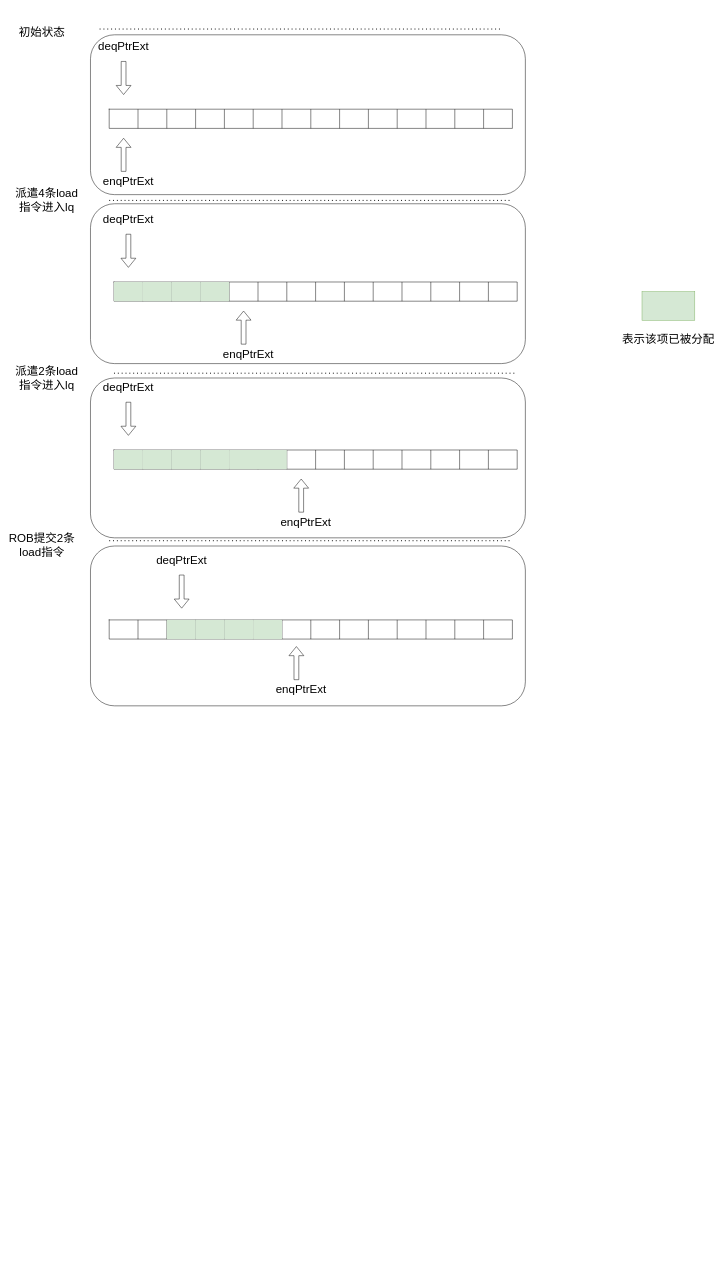
The draw.io diagram ptr.drawio in happy-lx/drawio, before the edit. Source tidied: cells renumbered, new cells numbered last; positions are measured from the earlier drawing's top-left corner, leaving out a move shared by most shapes. Both pictures are drawn from the tidied source at 48%, with x=0, y=0 at pixel (8, 8).
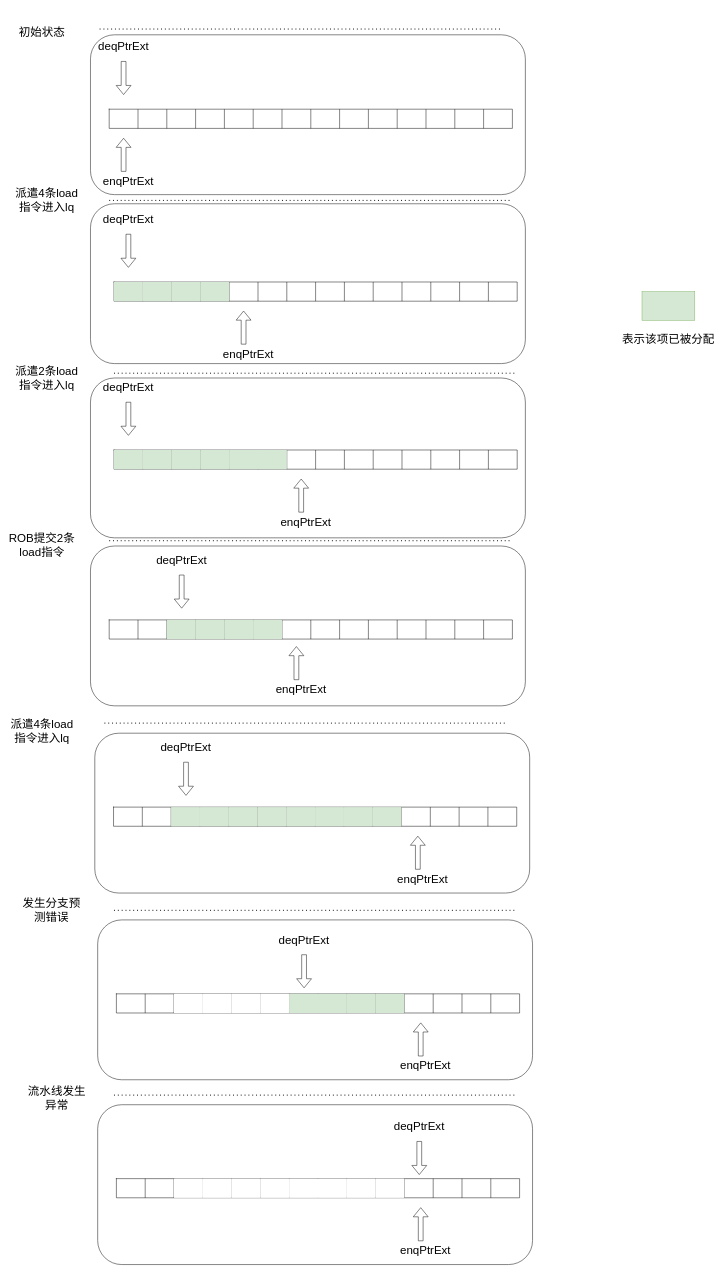
The same diagram, later.

What changed in the source:
```diff
@@
+    <mxCell id="100" style="endArrow=none;dashed=1;html=1;dashPattern=1 3;strokeWidth=2;rounded=0;fontSize=24;" parent="1" edge="1">
+      <mxGeometry relative="1" as="geometry">
+        <mxPoint x="200" y="1489" as="sourcePoint" />
+        <mxPoint x="1040" y="1489" as="targetPoint" />
+      </mxGeometry>
+    </mxCell>
+    <mxCell id="101" value="派遣4条load指令进入lq" style="text;html=1;strokeColor=none;fillColor=none;align=center;verticalAlign=middle;whiteSpace=wrap;rounded=0;fontSize=24;" parent="1" vertex="1">
+      <mxGeometry y="1456" width="140" height="100" as="geometry" />
+    </mxCell>
+    <mxCell id="102" style="rounded=1;whiteSpace=wrap;html=1;fontSize=24;" parent="1" vertex="1">
+      <mxGeometry x="180" y="1510" width="906" height="333" as="geometry" />
+    </mxCell>
+    <mxCell id="103" style="shape=flexArrow;endArrow=classic;html=1;rounded=0;" parent="1" edge="1">
+      <mxGeometry relative="1" as="geometry">
+        <mxPoint x="853" y="1794" as="sourcePoint" />
+        <mxPoint x="853" y="1724" as="targetPoint" />
+      </mxGeometry>
+    </mxCell>
+    <mxCell id="104" value="&lt;font style=&quot;font-size: 24px;&quot;&gt;enqPtrExt&lt;/font&gt;" style="text;html=1;strokeColor=none;fillColor=none;align=center;verticalAlign=middle;whiteSpace=wrap;rounded=0;" parent="1" vertex="1">
+      <mxGeometry x="803" y="1794" width="120" height="40" as="geometry" />
+    </mxCell>
+    <mxCell id="105" style="group;" parent="1" vertex="1">
+      <mxGeometry x="310" y="1520" width="120" height="120" as="geometry" />
+    </mxCell>
+    <mxCell id="106" style="shape=flexArrow;endArrow=classic;html=1;rounded=0;fontSize=24;" parent="105" edge="1">
+      <mxGeometry relative="1" as="geometry">
+        <mxPoint x="60" y="50" as="sourcePoint" />
+        <mxPoint x="60" y="120" as="targetPoint" />
+      </mxGeometry>
+    </mxCell>
+    <mxCell id="107" value="&lt;font style=&quot;font-size: 24px;&quot;&gt;deqPtrExt&lt;/font&gt;" style="text;html=1;strokeColor=none;fillColor=none;align=center;verticalAlign=middle;whiteSpace=wrap;rounded=0;" parent="105" vertex="1">
+      <mxGeometry width="120" height="40" as="geometry" />
+    </mxCell>
+    <mxCell id="108" style="shape=table;startSize=0;childLayout=tableLayout;" parent="1" vertex="1">
+      <mxGeometry x="219" y="1664" width="840" height="39.9" as="geometry" />
+    </mxCell>
+    <mxCell id="109" style="shape=tableRow;horizontal=0;startSize=0;swimlaneHead=0;swimlaneBody=0;top=0;left=0;bottom=0;right=0;fillColor=none;" parent="108" vertex="1">
+      <mxGeometry width="840" height="40" as="geometry" />
+    </mxCell>
+    <mxCell id="110" style="shape=partialRectangle;html=1;whiteSpace=wrap;overflow=hidden;fillColor=none;top=0;left=0;bottom=0;right=0;" parent="109" vertex="1">
+      <mxGeometry width="60" height="40" as="geometry" />
+    </mxCell>
+    <mxCell id="111" style="shape=partialRectangle;html=1;whiteSpace=wrap;overflow=hidden;fillColor=none;top=0;left=0;bottom=0;right=0;" parent="109" vertex="1">
+      <mxGeometry x="60" width="60" height="40" as="geometry" />
+    </mxCell>
+    <mxCell id="112" style="shape=partialRectangle;html=1;whiteSpace=wrap;overflow=hidden;fillColor=#d5e8d4;top=0;left=0;bottom=0;right=0;strokeColor=#82b366;" parent="109" vertex="1">
+      <mxGeometry x="120" width="60" height="40" as="geometry" />
+    </mxCell>
+    <mxCell id="113" style="shape=partialRectangle;html=1;whiteSpace=wrap;overflow=hidden;fillColor=#d5e8d4;top=0;left=0;bottom=0;right=0;strokeColor=#82b366;" parent="109" vertex="1">
+      <mxGeometry x="180" width="60" height="40" as="geometry" />
+    </mxCell>
+    <mxCell id="114" style="shape=partialRectangle;html=1;whiteSpace=wrap;overflow=hidden;fillColor=#d5e8d4;top=0;left=0;bottom=0;right=0;strokeColor=#82b366;" parent="109" vertex="1">
+      <mxGeometry x="240" width="60" height="40" as="geometry" />
+    </mxCell>
+    <mxCell id="115" style="shape=partialRectangle;html=1;whiteSpace=wrap;overflow=hidden;fillColor=#d5e8d4;top=0;left=0;bottom=0;right=0;strokeColor=#82b366;" parent="109" vertex="1">
+      <mxGeometry x="300" width="60" height="40" as="geometry" />
+    </mxCell>
+    <mxCell id="116" style="shape=partialRectangle;html=1;whiteSpace=wrap;overflow=hidden;fillColor=#d5e8d4;top=0;left=0;bottom=0;right=0;strokeColor=#82b366;" parent="109" vertex="1">
+      <mxGeometry x="360" width="60" height="40" as="geometry" />
+    </mxCell>
+    <mxCell id="117" style="shape=partialRectangle;html=1;whiteSpace=wrap;overflow=hidden;fillColor=#d5e8d4;top=0;left=0;bottom=0;right=0;strokeColor=#82b366;" parent="109" vertex="1">
+      <mxGeometry x="420" width="60" height="40" as="geometry" />
+    </mxCell>
+    <mxCell id="118" style="shape=partialRectangle;html=1;whiteSpace=wrap;overflow=hidden;fillColor=#d5e8d4;top=0;left=0;bottom=0;right=0;strokeColor=#82b366;" parent="109" vertex="1">
+      <mxGeometry x="480" width="60" height="40" as="geometry" />
+    </mxCell>
+    <mxCell id="119" style="shape=partialRectangle;html=1;whiteSpace=wrap;overflow=hidden;fillColor=#d5e8d4;top=0;left=0;bottom=0;right=0;strokeColor=#82b366;" parent="109" vertex="1">
+      <mxGeometry x="540" width="60" height="40" as="geometry" />
+    </mxCell>
+    <mxCell id="120" style="shape=partialRectangle;html=1;whiteSpace=wrap;overflow=hidden;fillColor=none;top=0;left=0;bottom=0;right=0;" parent="109" vertex="1">
+      <mxGeometry x="600" width="60" height="40" as="geometry" />
+    </mxCell>
+    <mxCell id="121" style="shape=partialRectangle;html=1;whiteSpace=wrap;overflow=hidden;fillColor=none;top=0;left=0;bottom=0;right=0;" parent="109" vertex="1">
+      <mxGeometry x="660" width="60" height="40" as="geometry" />
+    </mxCell>
+    <mxCell id="122" style="shape=partialRectangle;html=1;whiteSpace=wrap;overflow=hidden;fillColor=none;top=0;left=0;bottom=0;right=0;" parent="109" vertex="1">
+      <mxGeometry x="720" width="60" height="40" as="geometry" />
+    </mxCell>
+    <mxCell id="123" style="shape=partialRectangle;html=1;whiteSpace=wrap;overflow=hidden;fillColor=none;top=0;left=0;bottom=0;right=0;" parent="109" vertex="1">
+      <mxGeometry x="780" width="60" height="40" as="geometry" />
+    </mxCell>
+    <mxCell id="124" style="endArrow=none;dashed=1;html=1;dashPattern=1 3;strokeWidth=2;rounded=0;fontSize=24;" parent="1" edge="1">
+      <mxGeometry relative="1" as="geometry">
+        <mxPoint x="220" y="1879" as="sourcePoint" />
+        <mxPoint x="1060" y="1879" as="targetPoint" />
+      </mxGeometry>
+    </mxCell>
+    <mxCell id="125" value="发生分支预测错误" style="text;html=1;strokeColor=none;fillColor=none;align=center;verticalAlign=middle;whiteSpace=wrap;rounded=0;fontSize=24;" parent="1" vertex="1">
+      <mxGeometry x="20" y="1829" width="140" height="100" as="geometry" />
+    </mxCell>
+    <mxCell id="126" style="rounded=1;whiteSpace=wrap;html=1;fontSize=24;" parent="1" vertex="1">
+      <mxGeometry x="186" y="1899" width="906" height="333" as="geometry" />
+    </mxCell>
+    <mxCell id="127" style="shape=flexArrow;endArrow=classic;html=1;rounded=0;" parent="1" edge="1">
+      <mxGeometry relative="1" as="geometry">
+        <mxPoint x="859" y="2183" as="sourcePoint" />
+        <mxPoint x="859" y="2113" as="targetPoint" />
+      </mxGeometry>
+    </mxCell>
+    <mxCell id="128" value="&lt;font style=&quot;font-size: 24px;&quot;&gt;enqPtrExt&lt;/font&gt;" style="text;html=1;strokeColor=none;fillColor=none;align=center;verticalAlign=middle;whiteSpace=wrap;rounded=0;" parent="1" vertex="1">
+      <mxGeometry x="809" y="2183" width="120" height="40" as="geometry" />
+    </mxCell>
+    <mxCell id="129" style="group;" parent="1" vertex="1">
+      <mxGeometry x="556" y="1921" width="120" height="120" as="geometry" />
+    </mxCell>
+    <mxCell id="130" style="shape=flexArrow;endArrow=classic;html=1;rounded=0;fontSize=24;" parent="129" edge="1">
+      <mxGeometry relative="1" as="geometry">
+        <mxPoint x="60" y="50" as="sourcePoint" />
+        <mxPoint x="60" y="120" as="targetPoint" />
+      </mxGeometry>
+    </mxCell>
+    <mxCell id="131" value="&lt;font style=&quot;font-size: 24px;&quot;&gt;deqPtrExt&lt;/font&gt;" style="text;html=1;strokeColor=none;fillColor=none;align=center;verticalAlign=middle;whiteSpace=wrap;rounded=0;" parent="129" vertex="1">
+      <mxGeometry width="120" height="40" as="geometry" />
+    </mxCell>
+    <mxCell id="132" style="shape=table;startSize=0;childLayout=tableLayout;" parent="1" vertex="1">
+      <mxGeometry x="225" y="2053" width="840" height="39.9" as="geometry" />
+    </mxCell>
+    <mxCell id="133" style="shape=tableRow;horizontal=0;startSize=0;swimlaneHead=0;swimlaneBody=0;top=0;left=0;bottom=0;right=0;fillColor=none;" parent="132" vertex="1">
+      <mxGeometry width="840" height="40" as="geometry" />
+    </mxCell>
+    <mxCell id="134" style="shape=partialRectangle;html=1;whiteSpace=wrap;overflow=hidden;fillColor=none;top=0;left=0;bottom=0;right=0;" parent="133" vertex="1">
+      <mxGeometry width="60" height="40" as="geometry" />
+    </mxCell>
+    <mxCell id="135" style="shape=partialRectangle;html=1;whiteSpace=wrap;overflow=hidden;fillColor=none;top=0;left=0;bottom=0;right=0;" parent="133" vertex="1">
+      <mxGeometry x="60" width="60" height="40" as="geometry" />
+    </mxCell>
+    <mxCell id="136" style="shape=partialRectangle;html=1;whiteSpace=wrap;overflow=hidden;top=0;left=0;bottom=0;right=0;" parent="133" vertex="1">
+      <mxGeometry x="120" width="60" height="40" as="geometry" />
+    </mxCell>
+    <mxCell id="137" style="shape=partialRectangle;html=1;whiteSpace=wrap;overflow=hidden;top=0;left=0;bottom=0;right=0;" parent="133" vertex="1">
+      <mxGeometry x="180" width="60" height="40" as="geometry" />
+    </mxCell>
+    <mxCell id="138" style="shape=partialRectangle;html=1;whiteSpace=wrap;overflow=hidden;top=0;left=0;bottom=0;right=0;" parent="133" vertex="1">
+      <mxGeometry x="240" width="60" height="40" as="geometry" />
+    </mxCell>
+    <mxCell id="139" style="shape=partialRectangle;html=1;whiteSpace=wrap;overflow=hidden;top=0;left=0;bottom=0;right=0;" parent="133" vertex="1">
+      <mxGeometry x="300" width="60" height="40" as="geometry" />
+    </mxCell>
+    <mxCell id="140" style="shape=partialRectangle;html=1;whiteSpace=wrap;overflow=hidden;fillColor=#d5e8d4;top=0;left=0;bottom=0;right=0;strokeColor=#82b366;" parent="133" vertex="1">
+      <mxGeometry x="360" width="60" height="40" as="geometry" />
+    </mxCell>
+    <mxCell id="141" style="shape=partialRectangle;html=1;whiteSpace=wrap;overflow=hidden;fillColor=#d5e8d4;top=0;left=0;bottom=0;right=0;strokeColor=#82b366;" parent="133" vertex="1">
+      <mxGeometry x="420" width="60" height="40" as="geometry" />
+    </mxCell>
+    <mxCell id="142" style="shape=partialRectangle;html=1;whiteSpace=wrap;overflow=hidden;fillColor=#d5e8d4;top=0;left=0;bottom=0;right=0;strokeColor=#82b366;" parent="133" vertex="1">
+      <mxGeometry x="480" width="60" height="40" as="geometry" />
+    </mxCell>
+    <mxCell id="143" style="shape=partialRectangle;html=1;whiteSpace=wrap;overflow=hidden;fillColor=#d5e8d4;top=0;left=0;bottom=0;right=0;strokeColor=#82b366;" parent="133" vertex="1">
+      <mxGeometry x="540" width="60" height="40" as="geometry" />
+    </mxCell>
+    <mxCell id="144" style="shape=partialRectangle;html=1;whiteSpace=wrap;overflow=hidden;fillColor=none;top=0;left=0;bottom=0;right=0;" parent="133" vertex="1">
+      <mxGeometry x="600" width="60" height="40" as="geometry" />
+    </mxCell>
+    <mxCell id="145" style="shape=partialRectangle;html=1;whiteSpace=wrap;overflow=hidden;fillColor=none;top=0;left=0;bottom=0;right=0;" parent="133" vertex="1">
+      <mxGeometry x="660" width="60" height="40" as="geometry" />
+    </mxCell>
+    <mxCell id="146" style="shape=partialRectangle;html=1;whiteSpace=wrap;overflow=hidden;fillColor=none;top=0;left=0;bottom=0;right=0;" parent="133" vertex="1">
+      <mxGeometry x="720" width="60" height="40" as="geometry" />
+    </mxCell>
+    <mxCell id="147" style="shape=partialRectangle;html=1;whiteSpace=wrap;overflow=hidden;fillColor=none;top=0;left=0;bottom=0;right=0;" parent="133" vertex="1">
+      <mxGeometry x="780" width="60" height="40" as="geometry" />
+    </mxCell>
+    <mxCell id="148" style="endArrow=none;dashed=1;html=1;dashPattern=1 3;strokeWidth=2;rounded=0;fontSize=24;" parent="1" edge="1">
+      <mxGeometry relative="1" as="geometry">
+        <mxPoint x="220" y="2264" as="sourcePoint" />
+        <mxPoint x="1060" y="2264" as="targetPoint" />
+      </mxGeometry>
+    </mxCell>
+    <mxCell id="149" style="rounded=1;whiteSpace=wrap;html=1;fontSize=24;" parent="1" vertex="1">
+      <mxGeometry x="186" y="2284" width="906" height="333" as="geometry" />
+    </mxCell>
+    <mxCell id="150" style="shape=flexArrow;endArrow=classic;html=1;rounded=0;" parent="1" edge="1">
+      <mxGeometry relative="1" as="geometry">
+        <mxPoint x="859" y="2568" as="sourcePoint" />
+        <mxPoint x="859" y="2498" as="targetPoint" />
+      </mxGeometry>
+    </mxCell>
+    <mxCell id="151" value="&lt;font style=&quot;font-size: 24px;&quot;&gt;enqPtrExt&lt;/font&gt;" style="text;html=1;strokeColor=none;fillColor=none;align=center;verticalAlign=middle;whiteSpace=wrap;rounded=0;" parent="1" vertex="1">
+      <mxGeometry x="809" y="2568" width="120" height="40" as="geometry" />
+    </mxCell>
+    <mxCell id="152" style="group;" parent="1" vertex="1">
+      <mxGeometry x="796" y="2310" width="120" height="120" as="geometry" />
+    </mxCell>
+    <mxCell id="153" style="shape=flexArrow;endArrow=classic;html=1;rounded=0;fontSize=24;" parent="152" edge="1">
+      <mxGeometry relative="1" as="geometry">
+        <mxPoint x="60" y="50" as="sourcePoint" />
+        <mxPoint x="60" y="120" as="targetPoint" />
+      </mxGeometry>
+    </mxCell>
+    <mxCell id="154" value="&lt;font style=&quot;font-size: 24px;&quot;&gt;deqPtrExt&lt;/font&gt;" style="text;html=1;strokeColor=none;fillColor=none;align=center;verticalAlign=middle;whiteSpace=wrap;rounded=0;" parent="152" vertex="1">
+      <mxGeometry width="120" height="40" as="geometry" />
+    </mxCell>
+    <mxCell id="155" style="shape=table;startSize=0;childLayout=tableLayout;" parent="1" vertex="1">
+      <mxGeometry x="225" y="2438" width="840" height="39.9" as="geometry" />
+    </mxCell>
+    <mxCell id="156" style="shape=tableRow;horizontal=0;startSize=0;swimlaneHead=0;swimlaneBody=0;top=0;left=0;bottom=0;right=0;fillColor=none;" parent="155" vertex="1">
+      <mxGeometry width="840" height="40" as="geometry" />
+    </mxCell>
+    <mxCell id="157" style="shape=partialRectangle;html=1;whiteSpace=wrap;overflow=hidden;fillColor=none;top=0;left=0;bottom=0;right=0;" parent="156" vertex="1">
+      <mxGeometry width="60" height="40" as="geometry" />
+    </mxCell>
+    <mxCell id="158" style="shape=partialRectangle;html=1;whiteSpace=wrap;overflow=hidden;fillColor=none;top=0;left=0;bottom=0;right=0;" parent="156" vertex="1">
+      <mxGeometry x="60" width="60" height="40" as="geometry" />
+    </mxCell>
+    <mxCell id="159" style="shape=partialRectangle;html=1;whiteSpace=wrap;overflow=hidden;top=0;left=0;bottom=0;right=0;" parent="156" vertex="1">
+      <mxGeometry x="120" width="60" height="40" as="geometry" />
+    </mxCell>
+    <mxCell id="160" style="shape=partialRectangle;html=1;whiteSpace=wrap;overflow=hidden;top=0;left=0;bottom=0;right=0;" parent="156" vertex="1">
+      <mxGeometry x="180" width="60" height="40" as="geometry" />
+    </mxCell>
+    <mxCell id="161" style="shape=partialRectangle;html=1;whiteSpace=wrap;overflow=hidden;top=0;left=0;bottom=0;right=0;" parent="156" vertex="1">
+      <mxGeometry x="240" width="60" height="40" as="geometry" />
+    </mxCell>
+    <mxCell id="162" style="shape=partialRectangle;html=1;whiteSpace=wrap;overflow=hidden;top=0;left=0;bottom=0;right=0;" parent="156" vertex="1">
+      <mxGeometry x="300" width="60" height="40" as="geometry" />
+    </mxCell>
+    <mxCell id="163" style="shape=partialRectangle;html=1;whiteSpace=wrap;overflow=hidden;top=0;left=0;bottom=0;right=0;" parent="156" vertex="1">
+      <mxGeometry x="360" width="60" height="40" as="geometry" />
+    </mxCell>
+    <mxCell id="164" style="shape=partialRectangle;html=1;whiteSpace=wrap;overflow=hidden;top=0;left=0;bottom=0;right=0;" parent="156" vertex="1">
+      <mxGeometry x="420" width="60" height="40" as="geometry" />
+    </mxCell>
+    <mxCell id="165" style="shape=partialRectangle;html=1;whiteSpace=wrap;overflow=hidden;top=0;left=0;bottom=0;right=0;" parent="156" vertex="1">
+      <mxGeometry x="480" width="60" height="40" as="geometry" />
+    </mxCell>
+    <mxCell id="166" style="shape=partialRectangle;html=1;whiteSpace=wrap;overflow=hidden;top=0;left=0;bottom=0;right=0;" parent="156" vertex="1">
+      <mxGeometry x="540" width="60" height="40" as="geometry" />
+    </mxCell>
+    <mxCell id="167" style="shape=partialRectangle;html=1;whiteSpace=wrap;overflow=hidden;fillColor=none;top=0;left=0;bottom=0;right=0;" parent="156" vertex="1">
+      <mxGeometry x="600" width="60" height="40" as="geometry" />
+    </mxCell>
+    <mxCell id="168" style="shape=partialRectangle;html=1;whiteSpace=wrap;overflow=hidden;fillColor=none;top=0;left=0;bottom=0;right=0;" parent="156" vertex="1">
+      <mxGeometry x="660" width="60" height="40" as="geometry" />
+    </mxCell>
+    <mxCell id="169" style="shape=partialRectangle;html=1;whiteSpace=wrap;overflow=hidden;fillColor=none;top=0;left=0;bottom=0;right=0;" parent="156" vertex="1">
+      <mxGeometry x="720" width="60" height="40" as="geometry" />
+    </mxCell>
+    <mxCell id="170" style="shape=partialRectangle;html=1;whiteSpace=wrap;overflow=hidden;fillColor=none;top=0;left=0;bottom=0;right=0;" parent="156" vertex="1">
+      <mxGeometry x="780" width="60" height="40" as="geometry" />
+    </mxCell>
+    <mxCell id="171" value="流水线发生异常" style="text;html=1;strokeColor=none;fillColor=none;align=center;verticalAlign=middle;whiteSpace=wrap;rounded=0;fontSize=24;" parent="1" vertex="1">
+      <mxGeometry x="31" y="2220" width="140" height="100" as="geometry" />
+    </mxCell>
```
